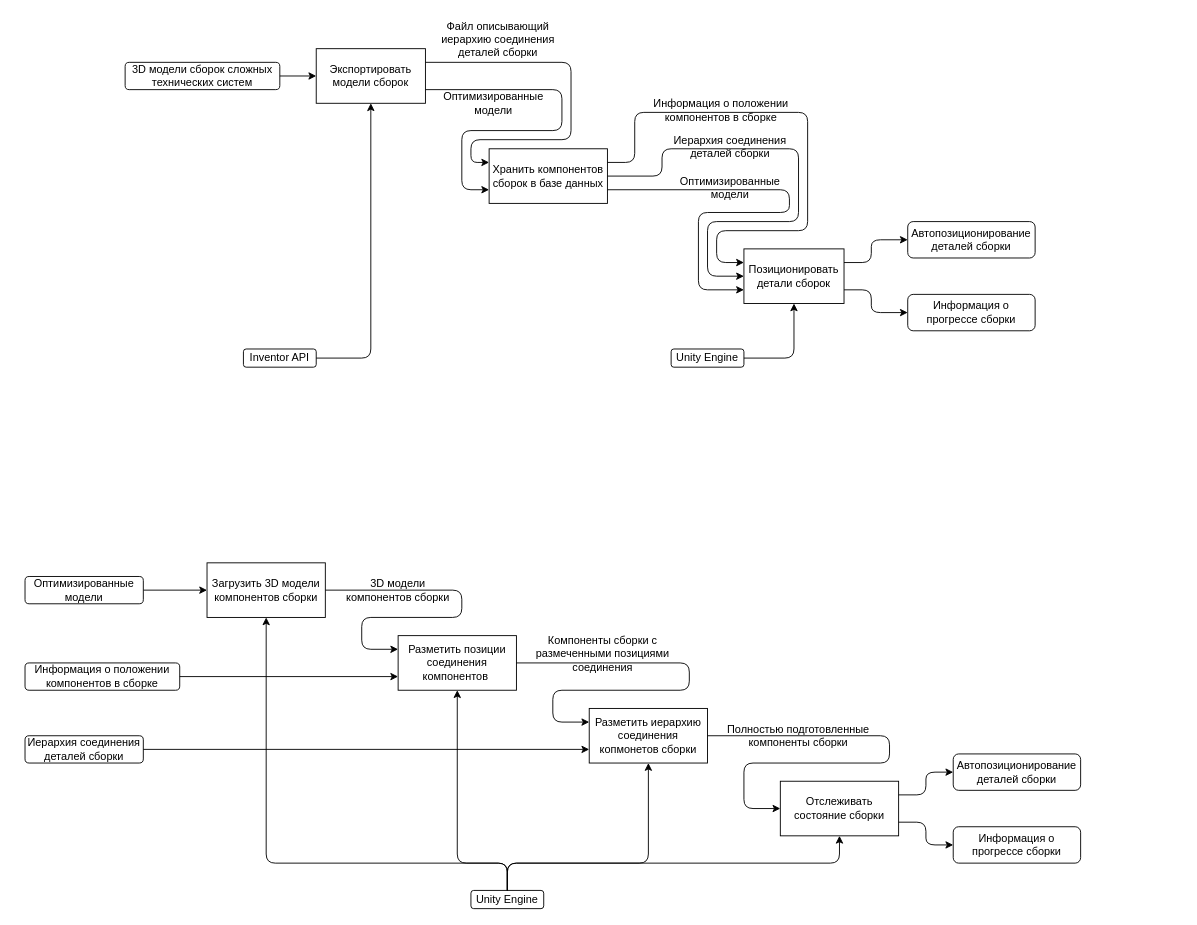
The draw.io diagram Diagrams/IDEF0.drawio in Ambashadur/Construct, before the edit. Source tidied: cells renumbered, new cells numbered last; positions are measured from the earlier drawing's top-left corner, leaving out a move shared by most shapes. Both pictures are drawn from the tidied source at 91%, with x=0, y=0 at pixel (25, 16).
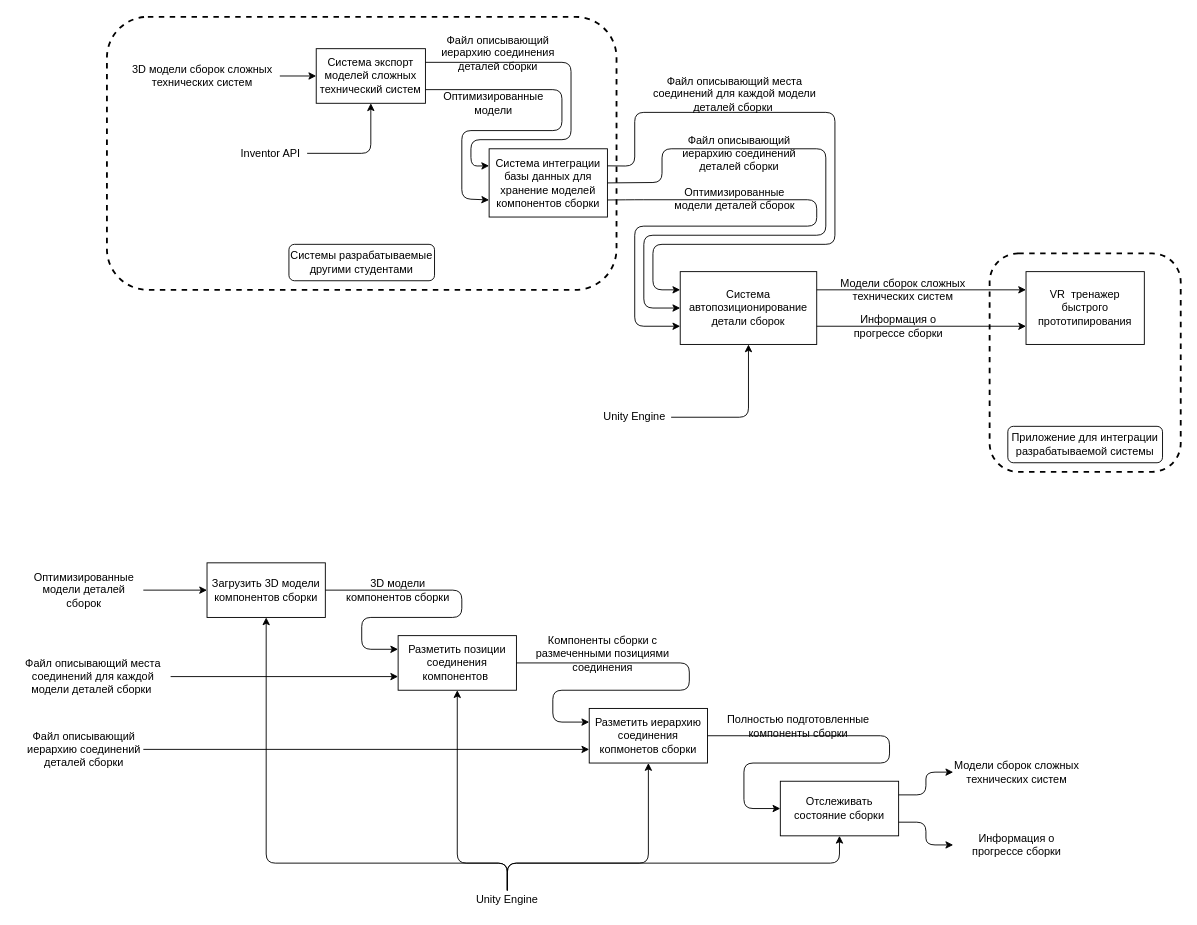
After the change.

Diff of the diagram source:
```diff
@@
+    <mxCell id="50" style="rounded=1;whiteSpace=wrap;html=1;fontFamily=Helvetica;fontSize=12;fillColor=none;dashed=1;strokeWidth=2;" parent="1" vertex="1">
+      <mxGeometry x="1060" y="260" width="210" height="240" as="geometry" />
+    </mxCell>
+    <mxCell id="51" style="rounded=1;whiteSpace=wrap;html=1;fontFamily=Helvetica;fontSize=12;fillColor=none;dashed=1;strokeWidth=2;" parent="1" vertex="1">
+      <mxGeometry x="90" width="560" height="300" as="geometry" />
+    </mxCell>
-    <mxCell id="2" value="Экспортировать модели сборок" style="rounded=0;whiteSpace=wrap;html=1;" parent="1" vertex="1">
+    <mxCell id="2" value="Система экспорт моделей сложных технический систем" style="rounded=0;whiteSpace=wrap;html=1;" parent="1" vertex="1">
       <mxGeometry x="320" y="35" width="120" height="60" as="geometry" />
     </mxCell>
-    <mxCell id="3" value="Хранить компонентов сборок в базе данных" style="rounded=0;whiteSpace=wrap;html=1;" parent="1" vertex="1">
-      <mxGeometry x="510" y="145" width="130" height="60" as="geometry" />
+    <mxCell id="3" value="Система интеграции базы данных для хранение моделей компонентов сборки" style="rounded=0;whiteSpace=wrap;html=1;" parent="1" vertex="1">
+      <mxGeometry x="510" y="145" width="130" height="75" as="geometry" />
     </mxCell>
-    <mxCell id="4" value="Позиционировать детали сборок" style="rounded=0;whiteSpace=wrap;html=1;" parent="1" vertex="1">
-      <mxGeometry x="790" y="255" width="110" height="60" as="geometry" />
+    <mxCell id="4" value="Система автопозиционирование детали сборок" style="rounded=0;whiteSpace=wrap;html=1;" parent="1" vertex="1">
+      <mxGeometry x="720" y="280" width="150" height="80" as="geometry" />
     </mxCell>
-    <mxCell id="5" value="3D модели сборок сложных технических систем" style="rounded=1;whiteSpace=wrap;html=1;" parent="1" vertex="1">
+    <mxCell id="5" value="3D модели сборок сложных технических систем" style="rounded=1;whiteSpace=wrap;html=1;strokeColor=none;fillColor=none;" parent="1" vertex="1">
       <mxGeometry x="110" y="50" width="170" height="30" as="geometry" />
     </mxCell>
@@
     <mxCell id="7" style="endArrow=classic;html=1;rounded=1;exitX=1;exitY=0.25;exitDx=0;exitDy=0;entryX=0;entryY=0.25;entryDx=0;entryDy=0;" parent="1" edge="1" source="2" target="3">
       <mxGeometry relative="1" as="geometry">
         <Array as="points">
           <mxPoint x="600" y="50" />
           <mxPoint x="600" y="135" />
           <mxPoint x="490" y="135" />
-          <mxPoint x="490" y="160" />
+          <mxPoint x="490" y="164" />
         </Array>
       </mxGeometry>
     </mxCell>
@@
     <mxCell id="9" style="endArrow=classic;html=1;rounded=1;exitX=1;exitY=0.75;exitDx=0;exitDy=0;entryX=0;entryY=0.75;entryDx=0;entryDy=0;" parent="1" edge="1" source="2" target="3">
       <mxGeometry relative="1" as="geometry">
         <Array as="points">
           <mxPoint x="590" y="80" />
           <mxPoint x="590" y="125" />
           <mxPoint x="480" y="125" />
-          <mxPoint x="480" y="190" />
+          <mxPoint x="480" y="200" />
         </Array>
       </mxGeometry>
     </mxCell>
     <mxCell id="10" value="Файл описывающий иерархию соединения деталей сборки" style="rounded=1;whiteSpace=wrap;html=1;fillStyle=auto;fillColor=none;strokeColor=none;" parent="1" vertex="1">
-      <mxGeometry x="450" width="140" height="50" as="geometry" />
+      <mxGeometry x="450" y="10" width="140" height="60" as="geometry" />
     </mxCell>
     <mxCell id="11" style="endArrow=classic;html=1;rounded=1;exitX=1;exitY=0.25;exitDx=0;exitDy=0;entryX=0;entryY=0.25;entryDx=0;entryDy=0;" parent="1" edge="1" source="3" target="4">
       <mxGeometry relative="1" as="geometry">
         <Array as="points">
-          <mxPoint x="670" y="160" />
+          <mxPoint x="670" y="164" />
           <mxPoint x="670" y="105" />
-          <mxPoint x="860" y="105" />
-          <mxPoint x="860" y="235" />
-          <mxPoint x="760" y="235" />
-          <mxPoint x="760" y="270" />
+          <mxPoint x="890" y="105" />
+          <mxPoint x="890" y="250" />
+          <mxPoint x="690" y="250" />
+          <mxPoint x="690" y="300" />
         </Array>
       </mxGeometry>
     </mxCell>
-    <mxCell id="12" value="Оптимизированные модели" style="rounded=1;whiteSpace=wrap;html=1;strokeColor=none;fillColor=none;" parent="1" vertex="1">
-      <mxGeometry x="710" y="175" width="130" height="25" as="geometry" />
+    <mxCell id="12" value="Оптимизированные модели деталей сборок" style="rounded=1;whiteSpace=wrap;html=1;strokeColor=none;fillColor=none;" parent="1" vertex="1">
+      <mxGeometry x="705" y="187.5" width="150" height="25" as="geometry" />
     </mxCell>
     <mxCell id="13" style="endArrow=classic;html=1;rounded=1;exitX=1;exitY=0.5;exitDx=0;exitDy=0;entryX=0;entryY=0.5;entryDx=0;entryDy=0;" parent="1" edge="1" source="3" target="4">
       <mxGeometry relative="1" as="geometry">
         <Array as="points">
-          <mxPoint x="700" y="175" />
+          <mxPoint x="700" y="182" />
           <mxPoint x="700" y="145" />
-          <mxPoint x="850" y="145" />
-          <mxPoint x="850" y="225" />
-          <mxPoint x="750" y="225" />
-          <mxPoint x="750" y="285" />
+          <mxPoint x="880" y="145" />
+          <mxPoint x="880" y="240" />
+          <mxPoint x="680" y="240" />
+          <mxPoint x="680" y="320" />
         </Array>
       </mxGeometry>
     </mxCell>
-    <mxCell id="14" value="Иерархия соединения деталей сборки" style="rounded=1;whiteSpace=wrap;html=1;strokeColor=none;fillColor=none;" parent="1" vertex="1">
-      <mxGeometry x="710" y="125" width="130" height="35" as="geometry" />
+    <mxCell id="14" value="Файл описывающий иерархию соединений деталей сборки" style="rounded=1;whiteSpace=wrap;html=1;strokeColor=none;fillColor=none;" parent="1" vertex="1">
+      <mxGeometry x="700" y="132.5" width="170" height="35" as="geometry" />
     </mxCell>
-    <mxCell id="15" style="endArrow=classic;html=1;rounded=1;entryX=0;entryY=0.5;entryDx=0;entryDy=0;exitX=1;exitY=0.25;exitDx=0;exitDy=0;" parent="1" edge="1" source="4" target="16">
-      <mxGeometry relative="1" as="geometry">
-        <Array as="points">
-          <mxPoint x="930" y="270" />
-          <mxPoint x="930" y="245" />
-        </Array>
-      </mxGeometry>
+    <mxCell id="15" style="endArrow=classic;html=1;rounded=1;entryX=0;entryY=0.25;entryDx=0;entryDy=0;exitX=1;exitY=0.25;exitDx=0;exitDy=0;" parent="1" edge="1" source="4" target="52">
+      <mxGeometry relative="1" as="geometry" />
     </mxCell>
-    <mxCell id="16" value="Автопозиционирование деталей сборки" style="rounded=1;whiteSpace=wrap;html=1;strokeColor=default;fillColor=default;" parent="1" vertex="1">
-      <mxGeometry x="970" y="225" width="140" height="40" as="geometry" />
+    <mxCell id="16" value="Модели сборок сложных технических систем" style="rounded=1;whiteSpace=wrap;html=1;strokeColor=none;fillColor=none;" parent="1" vertex="1">
+      <mxGeometry x="890" y="280" width="150" height="40" as="geometry" />
     </mxCell>
-    <mxCell id="17" value="Информация о прогрессе сборки" style="rounded=1;whiteSpace=wrap;html=1;strokeColor=default;fillColor=default;" parent="1" vertex="1">
-      <mxGeometry x="970" y="305" width="140" height="40" as="geometry" />
+    <mxCell id="17" value="Информация о прогрессе сборки" style="rounded=1;whiteSpace=wrap;html=1;strokeColor=none;fillColor=none;" parent="1" vertex="1">
+      <mxGeometry x="890" y="320" width="140" height="40" as="geometry" />
     </mxCell>
-    <mxCell id="18" style="endArrow=classic;html=1;rounded=1;entryX=0;entryY=0.5;entryDx=0;entryDy=0;exitX=1;exitY=0.75;exitDx=0;exitDy=0;" parent="1" edge="1" source="4" target="17">
-      <mxGeometry relative="1" as="geometry">
-        <Array as="points">
-          <mxPoint x="930" y="300" />
-          <mxPoint x="930" y="325" />
-        </Array>
-      </mxGeometry>
+    <mxCell id="18" style="endArrow=classic;html=1;rounded=1;entryX=0;entryY=0.75;entryDx=0;entryDy=0;exitX=1;exitY=0.75;exitDx=0;exitDy=0;" parent="1" edge="1" source="4" target="52">
+      <mxGeometry relative="1" as="geometry" />
     </mxCell>
-    <mxCell id="19" value="Inventor API" style="rounded=1;whiteSpace=wrap;html=1;" parent="1" vertex="1">
-      <mxGeometry x="240" y="365" width="80" height="20" as="geometry" />
+    <mxCell id="19" value="Inventor API" style="rounded=1;whiteSpace=wrap;html=1;strokeColor=none;fillColor=none;" parent="1" vertex="1">
+      <mxGeometry x="230" y="140" width="80" height="20" as="geometry" />
     </mxCell>
     <mxCell id="20" style="endArrow=classic;html=1;rounded=1;exitX=1;exitY=0.5;exitDx=0;exitDy=0;entryX=0.5;entryY=1;entryDx=0;entryDy=0;" parent="1" edge="1" source="19" target="2">
       <mxGeometry relative="1" as="geometry">
         <Array as="points">
-          <mxPoint x="380" y="375" />
+          <mxPoint x="380" y="150" />
         </Array>
       </mxGeometry>
     </mxCell>
-    <mxCell id="21" value="Unity Engine" style="rounded=1;whiteSpace=wrap;html=1;" parent="1" vertex="1">
-      <mxGeometry x="710" y="365" width="80" height="20" as="geometry" />
+    <mxCell id="21" value="Unity Engine" style="rounded=1;whiteSpace=wrap;html=1;fillColor=none;strokeColor=none;" parent="1" vertex="1">
+      <mxGeometry x="630" y="430" width="80" height="20" as="geometry" />
     </mxCell>
     <mxCell id="22" style="endArrow=classic;html=1;rounded=1;exitX=1;exitY=0.5;exitDx=0;exitDy=0;entryX=0.5;entryY=1;entryDx=0;entryDy=0;" parent="1" edge="1" source="21" target="4">
       <mxGeometry relative="1" as="geometry">
         <Array as="points">
-          <mxPoint x="845" y="375" />
+          <mxPoint x="795" y="440" />
         </Array>
       </mxGeometry>
     </mxCell>
@@
-    <mxCell id="26" value="Информация о положении компонентов в сборке" style="rounded=1;whiteSpace=wrap;html=1;strokeColor=none;fillColor=none;" parent="1" vertex="1">
-      <mxGeometry x="680" y="85" width="170" height="35" as="geometry" />
+    <mxCell id="26" value="Файл описывающий места соединений для каждой модели деталей сборки&amp;nbsp;" style="rounded=1;whiteSpace=wrap;html=1;strokeColor=none;fillColor=none;" parent="1" vertex="1">
+      <mxGeometry x="680" y="60" width="200" height="50" as="geometry" />
     </mxCell>
     <mxCell id="27" style="endArrow=classic;html=1;rounded=1;exitX=1;exitY=0.75;exitDx=0;exitDy=0;entryX=0;entryY=0.75;entryDx=0;entryDy=0;" parent="1" edge="1" source="3" target="4">
       <mxGeometry relative="1" as="geometry">
         <Array as="points">
-          <mxPoint x="840" y="190" />
-          <mxPoint x="840" y="215" />
-          <mxPoint x="740" y="215" />
-          <mxPoint x="740" y="300" />
+          <mxPoint x="670" y="201" />
+          <mxPoint x="870" y="201" />
+          <mxPoint x="870" y="230" />
+          <mxPoint x="670" y="230" />
+          <mxPoint x="670" y="340" />
         </Array>
       </mxGeometry>
     </mxCell>
@@
-    <mxCell id="30" value="Оптимизированные модели" style="rounded=1;whiteSpace=wrap;html=1;" parent="1" vertex="1">
-      <mxGeometry y="615" width="130" height="30" as="geometry" />
+    <mxCell id="30" value="Оптимизированные модели деталей сборок" style="rounded=1;whiteSpace=wrap;html=1;strokeColor=none;fillColor=none;" parent="1" vertex="1">
+      <mxGeometry y="610" width="130" height="40" as="geometry" />
     </mxCell>
-    <mxCell id="31" value="Информация о положении компонентов в сборке" style="rounded=1;whiteSpace=wrap;html=1;" parent="1" vertex="1">
-      <mxGeometry y="710" width="170" height="30" as="geometry" />
+    <mxCell id="31" value="Файл описывающий места соединений для каждой модели деталей сборки&amp;nbsp;" style="rounded=1;whiteSpace=wrap;html=1;strokeColor=none;fillColor=none;" parent="1" vertex="1">
+      <mxGeometry x="-10" y="700" width="170" height="50" as="geometry" />
     </mxCell>
@@
-    <mxCell id="33" value="Иерархия соединения деталей сборки" style="rounded=1;whiteSpace=wrap;html=1;" parent="1" vertex="1">
-      <mxGeometry y="790" width="130" height="30" as="geometry" />
+    <mxCell id="33" value="Файл описывающий иерархию соединений деталей сборки" style="rounded=1;whiteSpace=wrap;html=1;fillColor=none;strokeColor=none;" parent="1" vertex="1">
+      <mxGeometry y="780" width="130" height="50" as="geometry" />
     </mxCell>
@@
     <mxCell id="39" value="Полностью подготовленные компоненты сборки" style="rounded=1;whiteSpace=wrap;html=1;strokeColor=none;fillColor=none;" parent="1" vertex="1">
-      <mxGeometry x="770" y="770" width="160" height="40" as="geometry" />
+      <mxGeometry x="770" y="760" width="160" height="40" as="geometry" />
     </mxCell>
@@
-    <mxCell id="41" value="Автопозиционирование деталей сборки" style="rounded=1;whiteSpace=wrap;html=1;" parent="1" vertex="1">
+    <mxCell id="41" value="Модели сборок сложных технических систем" style="rounded=1;whiteSpace=wrap;html=1;strokeColor=none;fillColor=none;" parent="1" vertex="1">
       <mxGeometry x="1020" y="810" width="140" height="40" as="geometry" />
     </mxCell>
-    <mxCell id="42" value="Информация о прогрессе сборки" style="rounded=1;whiteSpace=wrap;html=1;" parent="1" vertex="1">
+    <mxCell id="42" value="Информация о прогрессе сборки" style="rounded=1;whiteSpace=wrap;html=1;fillColor=none;strokeColor=none;" parent="1" vertex="1">
       <mxGeometry x="1020" y="890" width="140" height="40" as="geometry" />
     </mxCell>
@@
-    <mxCell id="45" value="Unity Engine" style="rounded=1;whiteSpace=wrap;html=1;" parent="1" vertex="1">
+    <mxCell id="45" value="Unity Engine" style="rounded=1;whiteSpace=wrap;html=1;strokeColor=none;fillColor=none;" parent="1" vertex="1">
       <mxGeometry x="490" y="960" width="80" height="20" as="geometry" />
     </mxCell>
@@
+    <mxCell id="52" value="VR&amp;nbsp; тренажер быстрого прототипирования" style="whiteSpace=wrap;html=1;strokeWidth=1;fontFamily=Helvetica;fontSize=12;fillColor=default;" parent="1" vertex="1">
+      <mxGeometry x="1100" y="280" width="130" height="80" as="geometry" />
+    </mxCell>
+    <mxCell id="53" value="Системы разрабатываемые другими студентами" style="rounded=1;whiteSpace=wrap;html=1;strokeWidth=1;fontFamily=Helvetica;fontSize=12;fillColor=default;strokeColor=default;" parent="1" vertex="1">
+      <mxGeometry x="290" y="250" width="160" height="40" as="geometry" />
+    </mxCell>
+    <mxCell id="54" value="Приложение для интеграции разрабатываемой системы" style="rounded=1;whiteSpace=wrap;html=1;strokeColor=default;strokeWidth=1;fontFamily=Helvetica;fontSize=12;fillColor=default;" parent="1" vertex="1">
+      <mxGeometry x="1080" y="450" width="170" height="40" as="geometry" />
+    </mxCell>
```
